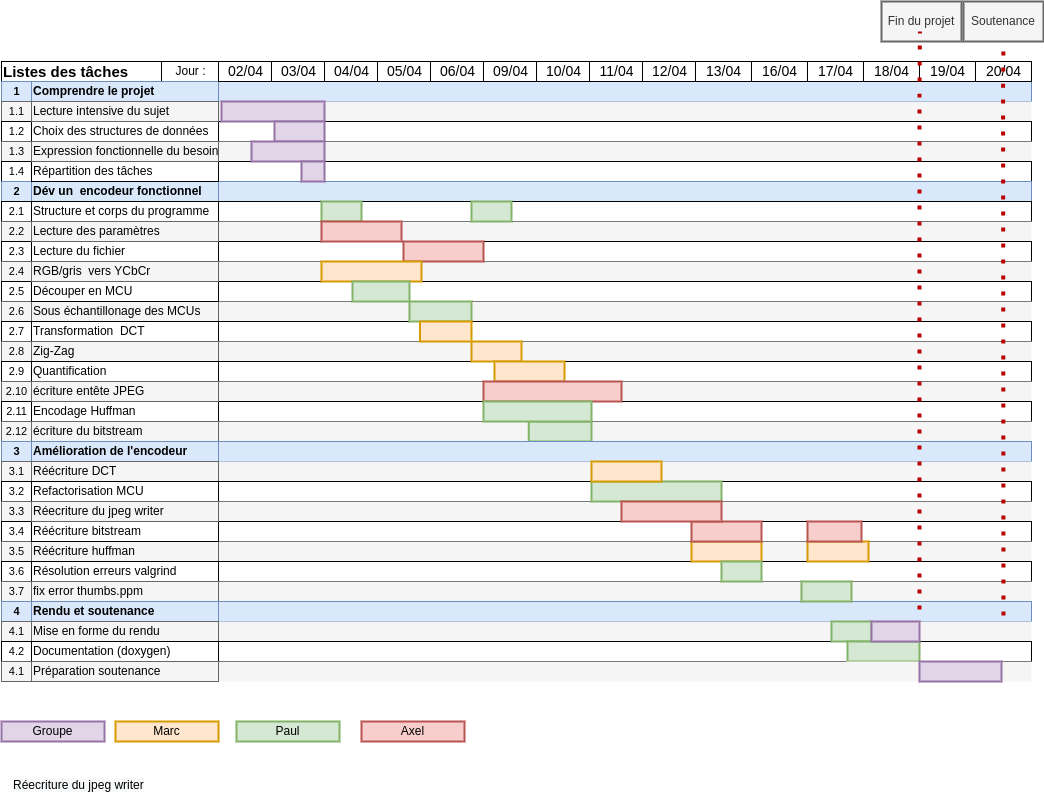
Paul-vrn/jpeg-encoder keeps this draw.io diagram as docs/html/Gantt.drawio.png. Above is the earlier version. Source tidied: cells renumbered, new cells last; positions are measured from the earlier drawing's top-left corner, leaving out a move shared by most shapes.
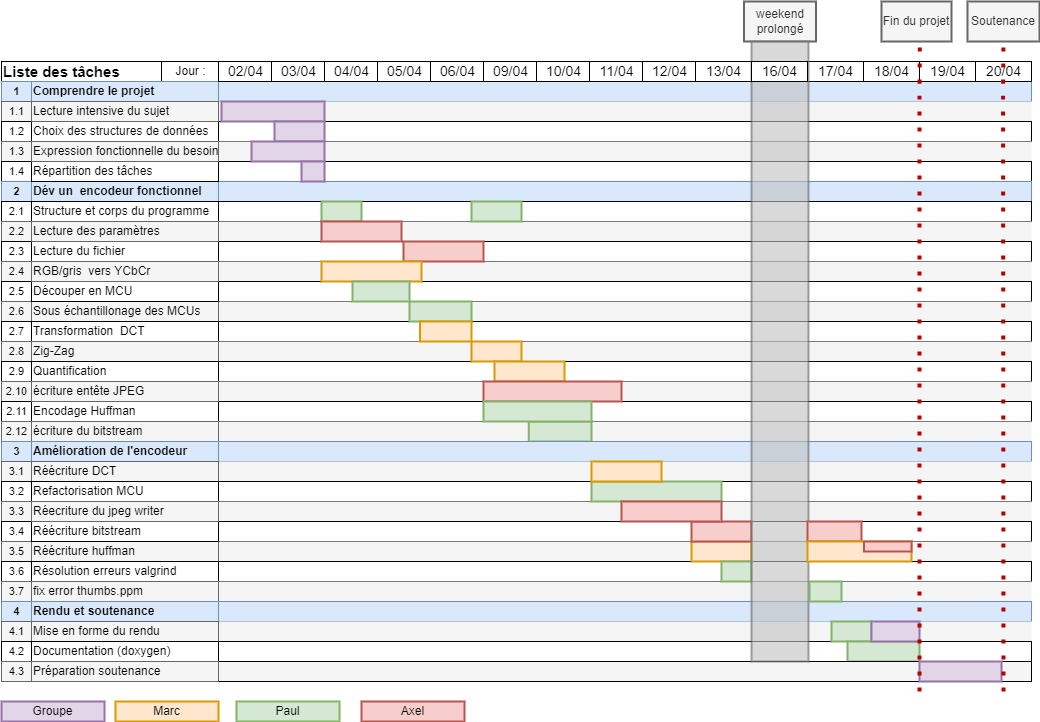
Later version of the same file.

Diff of the diagram source:
```diff
@@ -2,7 +2,7 @@
   <root>
     <mxCell id="0" style="html=1;" />
     <mxCell id="1" style="html=1;" parent="0" />
-    <mxCell id="2" value="Listes des tâches" style="strokeWidth=1;fontStyle=1;html=1;align=left;fontSize=15;perimeterSpacing=0;" parent="1" vertex="1">
+    <mxCell id="2" value="Liste des tâches" style="strokeWidth=1;fontStyle=1;html=1;align=left;fontSize=15;perimeterSpacing=0;" parent="1" vertex="1">
       <mxGeometry y="60" width="217" height="20" as="geometry" />
     </mxCell>
     <mxCell id="3" style="align=left;html=1;fillColor=#dae8fc;strokeColor=#6c8ebf;" parent="1" vertex="1">
@@ -176,9 +176,6 @@
     <mxCell id="59" style="align=left;html=1;" parent="1" vertex="1">
       <mxGeometry x="217" y="360" width="813" height="20" as="geometry" />
     </mxCell>
-    <mxCell id="60" value="16/04" style="strokeWidth=1;fontStyle=0;html=1;fontSize=14;" parent="1" vertex="1">
-      <mxGeometry x="750" y="60" width="56" height="20" as="geometry" />
-    </mxCell>
     <mxCell id="61" value="17/04" style="strokeWidth=1;fontStyle=0;html=1;fontSize=14;" parent="1" vertex="1">
       <mxGeometry x="806" y="60" width="56" height="20" as="geometry" />
     </mxCell>
@@ -225,16 +222,16 @@
       <mxGeometry x="300" y="160" width="23" height="20" as="geometry" />
     </mxCell>
     <mxCell id="76" value="Groupe" style="rounded=0;whiteSpace=wrap;html=1;fillColor=#e1d5e7;strokeColor=#9673a6;strokeWidth=2;" parent="1" vertex="1">
-      <mxGeometry y="720" width="103" height="20" as="geometry" />
+      <mxGeometry y="700" width="103" height="20" as="geometry" />
     </mxCell>
     <mxCell id="77" value="Marc" style="rounded=0;whiteSpace=wrap;html=1;fillColor=#ffe6cc;strokeColor=#d79b00;strokeWidth=2;" parent="1" vertex="1">
-      <mxGeometry x="114" y="720" width="103" height="20" as="geometry" />
+      <mxGeometry x="114" y="700" width="103" height="20" as="geometry" />
     </mxCell>
     <mxCell id="78" value="Paul" style="rounded=0;whiteSpace=wrap;html=1;fillColor=#d5e8d4;strokeColor=#82b366;strokeWidth=2;" parent="1" vertex="1">
-      <mxGeometry x="235" y="720" width="103" height="20" as="geometry" />
+      <mxGeometry x="235" y="700" width="103" height="20" as="geometry" />
     </mxCell>
     <mxCell id="79" value="Axel" style="rounded=0;whiteSpace=wrap;html=1;fillColor=#f8cecc;strokeColor=#b85450;strokeWidth=2;" parent="1" vertex="1">
-      <mxGeometry x="360" y="720" width="103" height="20" as="geometry" />
+      <mxGeometry x="360" y="700" width="103" height="20" as="geometry" />
     </mxCell>
     <mxCell id="80" style="rounded=0;whiteSpace=wrap;html=1;fillColor=#f8cecc;strokeColor=#b85450;strokeWidth=2;" parent="1" vertex="1">
       <mxGeometry x="402" y="240" width="80" height="20" as="geometry" />
@@ -362,27 +359,11 @@
     <mxCell id="121" value="Rendu et soutenance" style="align=left;html=1;perimeterSpacing=0;fontStyle=1;fillColor=#dae8fc;strokeColor=#6c8ebf;" parent="1" vertex="1">
       <mxGeometry x="30" y="600" width="187" height="20" as="geometry" />
     </mxCell>
-    <mxCell id="122" style="endArrow=none;dashed=1;html=1;dashPattern=1 3;strokeWidth=4;fontSize=12;fillColor=#f8cecc;strokeColor=#B80000;" parent="1" edge="1">
-      <mxGeometry relative="1" as="geometry">
-        <mxPoint x="1002" y="630" as="sourcePoint" />
-        <mxPoint x="1002" y="30" as="targetPoint" />
-        <Array as="points">
-          <mxPoint x="1001.6" y="110.8" />
-          <mxPoint x="1001.6" y="90.8" />
-        </Array>
-      </mxGeometry>
-    </mxCell>
-    <mxCell id="123" value="Soutenance" style="rounded=0;whiteSpace=wrap;html=1;strokeWidth=2;fillColor=#f5f5f5;fontColor=#333333;strokeColor=#666666;" parent="1" vertex="1">
-      <mxGeometry x="962" width="80" height="40" as="geometry" />
-    </mxCell>
-    <mxCell id="124" value="Fin du projet" style="rounded=0;whiteSpace=wrap;html=1;strokeWidth=2;fillColor=#f5f5f5;fontColor=#333333;strokeColor=#666666;" parent="1" vertex="1">
-      <mxGeometry x="880" width="80" height="40" as="geometry" />
-    </mxCell>
     <mxCell id="125" style="rounded=0;whiteSpace=wrap;html=1;fillColor=#ffe6cc;strokeColor=#d79b00;strokeWidth=2;" parent="1" vertex="1">
-      <mxGeometry x="690" y="540" width="70" height="20" as="geometry" />
+      <mxGeometry x="690" y="540" width="60" height="20" as="geometry" />
     </mxCell>
     <mxCell id="126" style="rounded=0;whiteSpace=wrap;html=1;fillColor=#f8cecc;strokeColor=#b85450;strokeWidth=2;" parent="1" vertex="1">
-      <mxGeometry x="690" y="520" width="70" height="20" as="geometry" />
+      <mxGeometry x="690" y="520" width="60" height="20" as="geometry" />
     </mxCell>
     <mxCell id="127" style="rounded=0;whiteSpace=wrap;html=1;fillColor=#ffe6cc;strokeColor=#d79b00;strokeWidth=2;" parent="1" vertex="1">
       <mxGeometry x="590" y="460" width="70" height="20" as="geometry" />
@@ -391,27 +372,8 @@
       <mxGeometry x="620" y="500" width="100" height="20" as="geometry" />
     </mxCell>
     <mxCell id="129" style="rounded=0;whiteSpace=wrap;html=1;fillColor=#d5e8d4;strokeColor=#82b366;strokeWidth=2;" parent="1" vertex="1">
-      <mxGeometry x="720" y="560" width="40" height="20" as="geometry" />
+      <mxGeometry x="720" y="560" width="30" height="20" as="geometry" />
     </mxCell>
-    <mxCell id="130" style="rounded=0;whiteSpace=wrap;html=1;fillColor=#d5e8d4;strokeColor=#82b366;strokeWidth=2;" parent="1" vertex="1">
-      <mxGeometry x="800" y="580" width="50" height="20" as="geometry" />
-    </mxCell>
-    <mxCell id="131" style="endArrow=none;dashed=1;html=1;dashPattern=1 3;strokeWidth=4;fontSize=12;fillColor=#f8cecc;strokeColor=#B80000;" parent="1" edge="1">
-      <mxGeometry relative="1" as="geometry">
-        <mxPoint x="918" y="640" as="sourcePoint" />
-        <mxPoint x="918.4" y="30" as="targetPoint" />
-        <Array as="points">
-          <mxPoint x="918" y="110.8" />
-          <mxPoint x="918" y="90.8" />
-        </Array>
-      </mxGeometry>
-    </mxCell>
-    <mxCell id="132" style="rounded=0;whiteSpace=wrap;html=1;fillColor=#ffe6cc;strokeColor=#d79b00;strokeWidth=2;" parent="1" vertex="1">
-      <mxGeometry x="806" y="540" width="61" height="20" as="geometry" />
-    </mxCell>
-    <mxCell id="133" style="rounded=0;whiteSpace=wrap;html=1;fillColor=#f8cecc;strokeColor=#b85450;strokeWidth=2;" parent="1" vertex="1">
-      <mxGeometry x="806" y="520" width="54" height="20" as="geometry" />
-    </mxCell>
     <mxCell id="134" value="4.1" style="strokeWidth=1;fontStyle=0;html=1;verticalAlign=middle;align=center;strokeColor=#666666;fontColor=#000000;fillColor=#f5f5f5;fontSize=11;fontFamily=Helvetica;" parent="1" vertex="1">
       <mxGeometry y="620" width="30" height="20" as="geometry" />
     </mxCell>
@@ -439,13 +401,10 @@
     <mxCell id="142" style="rounded=0;whiteSpace=wrap;html=1;fillColor=#e1d5e7;strokeColor=#9673a6;strokeWidth=2;" parent="1" vertex="1">
       <mxGeometry x="870" y="620" width="48" height="20" as="geometry" />
     </mxCell>
-    <mxCell id="143" value="&lt;span style=&quot;color: rgb(0, 0, 0); font-family: helvetica; font-size: 12px; font-style: normal; font-weight: 400; letter-spacing: normal; text-align: left; text-indent: 0px; text-transform: none; word-spacing: 0px; background-color: rgb(248, 249, 250); display: inline; float: none;&quot;&gt;Réecriture du jpeg writer&lt;/span&gt;" style="text;whiteSpace=wrap;html=1;" parent="1" vertex="1">
-      <mxGeometry x="10" y="770" width="160" height="30" as="geometry" />
-    </mxCell>
-    <mxCell id="144" value="4.1" style="strokeWidth=1;fontStyle=0;html=1;verticalAlign=middle;align=center;strokeColor=#666666;fontColor=#000000;fillColor=#f5f5f5;fontSize=11;fontFamily=Helvetica;" parent="1" vertex="1">
+    <mxCell id="144" value="4.3" style="strokeWidth=1;fontStyle=0;html=1;verticalAlign=middle;align=center;strokeColor=#666666;fontColor=#000000;fillColor=#f5f5f5;fontSize=11;fontFamily=Helvetica;" parent="1" vertex="1">
       <mxGeometry y="660" width="30" height="20" as="geometry" />
     </mxCell>
-    <mxCell id="145" style="align=left;html=1;fillColor=#f5f5f5;fontColor=#333333;strokeColor=none;" parent="1" vertex="1">
+    <mxCell id="145" style="align=left;html=1;fillColor=#f5f5f5;fontColor=#333333;strokeColor=default;strokeWidth=1;" parent="1" vertex="1">
       <mxGeometry x="217" y="660" width="813" height="20" as="geometry" />
     </mxCell>
     <mxCell id="146" value="Préparation soutenance" style="align=left;html=1;strokeColor=#666666;perimeterSpacing=0;fillColor=#f5f5f5;" parent="1" vertex="1">
@@ -455,7 +414,54 @@
       <mxGeometry x="918" y="660" width="82" height="20" as="geometry" />
     </mxCell>
     <mxCell id="148" style="rounded=0;whiteSpace=wrap;html=1;fillColor=#d5e8d4;strokeColor=#82b366;strokeWidth=2;" parent="1" vertex="1">
-      <mxGeometry x="470" y="200" width="40" height="20" as="geometry" />
+      <mxGeometry x="470" y="200" width="50" height="20" as="geometry" />
     </mxCell>
+    <mxCell id="149" value="weekend prolongé" style="rounded=0;whiteSpace=wrap;html=1;strokeWidth=2;fillColor=#f5f5f5;fontColor=#333333;strokeColor=#666666;" parent="1" vertex="1">
+      <mxGeometry x="742.5" width="72" height="40" as="geometry" />
+    </mxCell>
+    <mxCell id="150" style="rounded=0;whiteSpace=wrap;html=1;strokeWidth=2;opacity=60;fillColor=#BFBFBF;fontColor=#333333;strokeColor=#666666;" parent="1" vertex="1">
+      <mxGeometry x="750" y="40" width="57" height="620" as="geometry" />
+    </mxCell>
+    <mxCell id="133" style="rounded=0;whiteSpace=wrap;html=1;fillColor=#f8cecc;strokeColor=#b85450;strokeWidth=2;" parent="1" vertex="1">
+      <mxGeometry x="806" y="520" width="54" height="20" as="geometry" />
+    </mxCell>
+    <mxCell id="132" style="rounded=0;whiteSpace=wrap;html=1;fillColor=#ffe6cc;strokeColor=#d79b00;strokeWidth=2;" parent="1" vertex="1">
+      <mxGeometry x="806" y="540" width="104" height="20" as="geometry" />
+    </mxCell>
+    <mxCell id="130" style="rounded=0;whiteSpace=wrap;html=1;fillColor=#d5e8d4;strokeColor=#82b366;strokeWidth=2;" parent="1" vertex="1">
+      <mxGeometry x="808" y="580" width="32" height="20" as="geometry" />
+    </mxCell>
+    <mxCell id="151" style="rounded=0;whiteSpace=wrap;html=1;fillColor=#f8cecc;strokeColor=#b85450;strokeWidth=2;" parent="1" vertex="1">
+      <mxGeometry x="862.5" y="540" width="47.5" height="10" as="geometry" />
+    </mxCell>
+    <mxCell id="60" value="16/04" style="strokeWidth=1;fontStyle=0;html=1;fontSize=14;" parent="1" vertex="1">
+      <mxGeometry x="750" y="60" width="56" height="20" as="geometry" />
+    </mxCell>
+    <mxCell id="122" style="endArrow=none;dashed=1;html=1;dashPattern=1 3;strokeWidth=4;fontSize=12;fillColor=#f8cecc;strokeColor=#B80000;" parent="1" edge="1">
+      <mxGeometry relative="1" as="geometry">
+        <mxPoint x="1002" y="690" as="sourcePoint" />
+        <mxPoint x="1002" y="30" as="targetPoint" />
+        <Array as="points">
+          <mxPoint x="1001.6" y="110.8" />
+          <mxPoint x="1001.6" y="90.8" />
+        </Array>
+      </mxGeometry>
+    </mxCell>
+    <mxCell id="131" style="endArrow=none;dashed=1;html=1;dashPattern=1 3;strokeWidth=4;fontSize=12;fillColor=#f8cecc;strokeColor=#B80000;" parent="1" edge="1">
+      <mxGeometry relative="1" as="geometry">
+        <mxPoint x="918" y="690" as="sourcePoint" />
+        <mxPoint x="918.4" y="30" as="targetPoint" />
+        <Array as="points">
+          <mxPoint x="918" y="110.8" />
+          <mxPoint x="918" y="90.8" />
+        </Array>
+      </mxGeometry>
+    </mxCell>
+    <mxCell id="124" value="Fin du projet" style="rounded=0;whiteSpace=wrap;html=1;strokeWidth=2;fillColor=#f5f5f5;fontColor=#333333;strokeColor=#666666;" parent="1" vertex="1">
+      <mxGeometry x="880" width="70" height="40" as="geometry" />
+    </mxCell>
+    <mxCell id="123" value="Soutenance" style="rounded=0;whiteSpace=wrap;html=1;strokeWidth=2;fillColor=#f5f5f5;fontColor=#333333;strokeColor=#666666;" parent="1" vertex="1">
+      <mxGeometry x="966" width="72" height="40" as="geometry" />
+    </mxCell>
   </root>
 </mxGraphModel>
```
